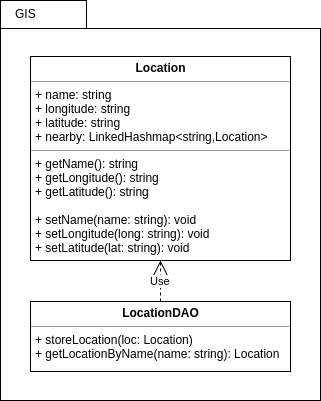
Above: images/class/GISClassDiagram.png in ClaudioMDS/yacc_team_round_2 (draw.io), before the change. Source tidied: cells renumbered, new cells last; positions are measured from the earlier drawing's top-left corner, leaving out a move shared by most shapes. Source of this version:
```xml
<mxGraphModel background="#ffffff">
  <root>
    <mxCell id="0" style="html=1;" />
    <mxCell id="1" style="html=1;" parent="0" />
    <mxCell id="2" style="shape=folder;fontStyle=1;spacingTop=10;tabWidth=86;tabHeight=28;tabPosition=left;html=1;" parent="1" vertex="1">
      <mxGeometry width="320" height="400" as="geometry" />
    </mxCell>
    <mxCell id="3" value="&lt;p style=&quot;margin: 0px ; margin-top: 4px ; text-align: center&quot;&gt;&lt;b&gt;Location&lt;/b&gt;&lt;/p&gt;&lt;hr size=&quot;1&quot;&gt;&lt;p style=&quot;margin: 0px ; margin-left: 4px&quot;&gt;+ name: string&lt;/p&gt;&lt;p style=&quot;margin: 0px ; margin-left: 4px&quot;&gt;+ longitude: string&lt;br&gt;&lt;/p&gt;&lt;p style=&quot;margin: 0px ; margin-left: 4px&quot;&gt;+ latitude: string&lt;/p&gt;&lt;p style=&quot;margin: 0px ; margin-left: 4px&quot;&gt;+ nearby: LinkedHashmap&amp;lt;string,Location&amp;gt;&lt;/p&gt;&lt;hr size=&quot;1&quot;&gt;&lt;p style=&quot;margin: 0px ; margin-left: 4px&quot;&gt;+ getName(): string&lt;/p&gt;&lt;p style=&quot;margin: 0px ; margin-left: 4px&quot;&gt;+ getLongitude(): string&lt;/p&gt;&lt;p style=&quot;margin: 0px ; margin-left: 4px&quot;&gt;+ getLatitude(): string&lt;/p&gt;&lt;p style=&quot;margin: 0px ; margin-left: 4px&quot;&gt;&lt;br&gt;&lt;/p&gt;&lt;p style=&quot;margin: 0px ; margin-left: 4px&quot;&gt;+ setName(name: string): void&lt;/p&gt;&lt;p style=&quot;margin: 0px ; margin-left: 4px&quot;&gt;+ setLongitude(long: string): void&lt;/p&gt;&lt;p style=&quot;margin: 0px ; margin-left: 4px&quot;&gt;+ setLatitude(lat: string): void&lt;/p&gt;" style="verticalAlign=top;align=left;overflow=fill;fontSize=12;fontFamily=Helvetica;html=1;" parent="1" vertex="1">
      <mxGeometry x="30" y="56" width="260" height="204" as="geometry" />
    </mxCell>
    <mxCell id="4" value="&lt;p style=&quot;margin: 0px ; margin-top: 4px ; text-align: center&quot;&gt;&lt;b&gt;LocationDAO&lt;/b&gt;&lt;/p&gt;&lt;hr size=&quot;1&quot;&gt;&lt;p style=&quot;margin: 0px ; margin-left: 4px&quot;&gt;&lt;/p&gt;&lt;p style=&quot;margin: 0px ; margin-left: 4px&quot;&gt;&lt;span&gt;+ storeLocation(loc: Location)&lt;/span&gt;&lt;/p&gt;&lt;p style=&quot;margin: 0px ; margin-left: 4px&quot;&gt;&lt;span&gt;+ getLocationByName(name: string): Location&lt;/span&gt;&lt;/p&gt;" style="verticalAlign=top;align=left;overflow=fill;fontSize=12;fontFamily=Helvetica;html=1;" parent="1" vertex="1">
      <mxGeometry x="30" y="301" width="260" height="70" as="geometry" />
    </mxCell>
    <mxCell id="5" value="Use" style="endArrow=open;endSize=12;dashed=1;html=1;exitX=0.5;exitY=0;entryX=0.5;entryY=1;" parent="1" edge="1" source="4" target="3">
      <mxGeometry relative="1" as="geometry" />
    </mxCell>
    <mxCell id="6" value="GIS" style="text;html=1;strokeColor=none;fillColor=none;align=left;verticalAlign=top;spacingLeft=4;spacingRight=4;whiteSpace=wrap;overflow=hidden;" parent="1" vertex="1">
      <mxGeometry x="9" width="100" height="39.6" as="geometry" />
    </mxCell>
  </root>
</mxGraphModel>
```
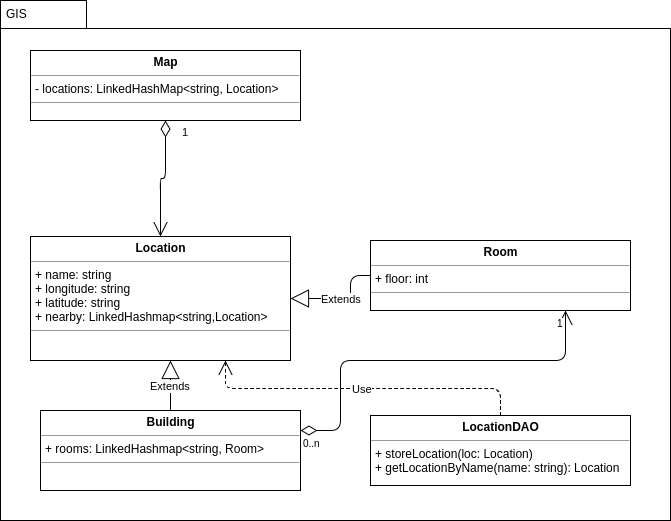
The same file after the commit.

Change to the diagram source:
```diff
@@ -3,19 +3,71 @@
     <mxCell id="0" style="html=1;" />
     <mxCell id="1" style="html=1;" parent="0" />
     <mxCell id="2" style="shape=folder;fontStyle=1;spacingTop=10;tabWidth=86;tabHeight=28;tabPosition=left;html=1;" parent="1" vertex="1">
-      <mxGeometry width="320" height="400" as="geometry" />
+      <mxGeometry y="-180" width="670" height="520" as="geometry" />
     </mxCell>
-    <mxCell id="3" value="&lt;p style=&quot;margin: 0px ; margin-top: 4px ; text-align: center&quot;&gt;&lt;b&gt;Location&lt;/b&gt;&lt;/p&gt;&lt;hr size=&quot;1&quot;&gt;&lt;p style=&quot;margin: 0px ; margin-left: 4px&quot;&gt;+ name: string&lt;/p&gt;&lt;p style=&quot;margin: 0px ; margin-left: 4px&quot;&gt;+ longitude: string&lt;br&gt;&lt;/p&gt;&lt;p style=&quot;margin: 0px ; margin-left: 4px&quot;&gt;+ latitude: string&lt;/p&gt;&lt;p style=&quot;margin: 0px ; margin-left: 4px&quot;&gt;+ nearby: LinkedHashmap&amp;lt;string,Location&amp;gt;&lt;/p&gt;&lt;hr size=&quot;1&quot;&gt;&lt;p style=&quot;margin: 0px ; margin-left: 4px&quot;&gt;+ getName(): string&lt;/p&gt;&lt;p style=&quot;margin: 0px ; margin-left: 4px&quot;&gt;+ getLongitude(): string&lt;/p&gt;&lt;p style=&quot;margin: 0px ; margin-left: 4px&quot;&gt;+ getLatitude(): string&lt;/p&gt;&lt;p style=&quot;margin: 0px ; margin-left: 4px&quot;&gt;&lt;br&gt;&lt;/p&gt;&lt;p style=&quot;margin: 0px ; margin-left: 4px&quot;&gt;+ setName(name: string): void&lt;/p&gt;&lt;p style=&quot;margin: 0px ; margin-left: 4px&quot;&gt;+ setLongitude(long: string): void&lt;/p&gt;&lt;p style=&quot;margin: 0px ; margin-left: 4px&quot;&gt;+ setLatitude(lat: string): void&lt;/p&gt;" style="verticalAlign=top;align=left;overflow=fill;fontSize=12;fontFamily=Helvetica;html=1;" parent="1" vertex="1">
-      <mxGeometry x="30" y="56" width="260" height="204" as="geometry" />
+    <mxCell id="3" value="&lt;p style=&quot;margin: 0px ; margin-top: 4px ; text-align: center&quot;&gt;&lt;b&gt;Location&lt;/b&gt;&lt;/p&gt;&lt;hr size=&quot;1&quot;&gt;&lt;p style=&quot;margin: 0px ; margin-left: 4px&quot;&gt;+ name: string&lt;/p&gt;&lt;p style=&quot;margin: 0px ; margin-left: 4px&quot;&gt;+ longitude: string&lt;br&gt;&lt;/p&gt;&lt;p style=&quot;margin: 0px ; margin-left: 4px&quot;&gt;+ latitude: string&lt;/p&gt;&lt;p style=&quot;margin: 0px ; margin-left: 4px&quot;&gt;+ nearby: LinkedHashmap&amp;lt;string,Location&amp;gt;&lt;/p&gt;&lt;hr size=&quot;1&quot;&gt;&lt;p style=&quot;margin: 0px ; margin-left: 4px&quot;&gt;&lt;br&gt;&lt;/p&gt;" style="verticalAlign=top;align=left;overflow=fill;fontSize=12;fontFamily=Helvetica;html=1;" parent="1" vertex="1">
+      <mxGeometry x="30" y="56" width="260" height="124" as="geometry" />
     </mxCell>
     <mxCell id="4" value="&lt;p style=&quot;margin: 0px ; margin-top: 4px ; text-align: center&quot;&gt;&lt;b&gt;LocationDAO&lt;/b&gt;&lt;/p&gt;&lt;hr size=&quot;1&quot;&gt;&lt;p style=&quot;margin: 0px ; margin-left: 4px&quot;&gt;&lt;/p&gt;&lt;p style=&quot;margin: 0px ; margin-left: 4px&quot;&gt;&lt;span&gt;+ storeLocation(loc: Location)&lt;/span&gt;&lt;/p&gt;&lt;p style=&quot;margin: 0px ; margin-left: 4px&quot;&gt;&lt;span&gt;+ getLocationByName(name: string): Location&lt;/span&gt;&lt;/p&gt;" style="verticalAlign=top;align=left;overflow=fill;fontSize=12;fontFamily=Helvetica;html=1;" parent="1" vertex="1">
-      <mxGeometry x="30" y="301" width="260" height="70" as="geometry" />
+      <mxGeometry x="370" y="235" width="260" height="70" as="geometry" />
     </mxCell>
+    <mxCell id="6" value="GIS" style="text;html=1;strokeColor=none;fillColor=none;align=left;verticalAlign=top;spacingLeft=4;spacingRight=4;whiteSpace=wrap;overflow=hidden;" parent="1" vertex="1">
+      <mxGeometry y="-180" width="100" height="39.6" as="geometry" />
+    </mxCell>
+    <mxCell id="7" value="&lt;p style=&quot;margin: 0px ; margin-top: 4px ; text-align: center&quot;&gt;&lt;b&gt;Building&lt;/b&gt;&lt;/p&gt;&lt;hr size=&quot;1&quot;&gt;&lt;p style=&quot;margin: 0px ; margin-left: 4px&quot;&gt;+ rooms: LinkedHashmap&amp;lt;string, Room&amp;gt;&lt;br&gt;&lt;/p&gt;&lt;hr size=&quot;1&quot;&gt;&lt;p style=&quot;margin: 0px ; margin-left: 4px&quot;&gt;&lt;br&gt;&lt;/p&gt;" style="verticalAlign=top;align=left;overflow=fill;fontSize=12;fontFamily=Helvetica;html=1;" parent="1" vertex="1">
+      <mxGeometry x="40" y="230" width="260" height="80" as="geometry" />
+    </mxCell>
+    <mxCell id="8" value="Extends" style="endArrow=block;endSize=16;endFill=0;html=1;exitX=0.5;exitY=0;" parent="1" edge="1" source="7">
+      <mxGeometry relative="1" as="geometry">
+        <mxPoint x="170" y="180" as="targetPoint" />
+      </mxGeometry>
+    </mxCell>
+    <mxCell id="9" value="&lt;p style=&quot;margin: 0px ; margin-top: 4px ; text-align: center&quot;&gt;&lt;b&gt;Room&lt;/b&gt;&lt;/p&gt;&lt;hr size=&quot;1&quot;&gt;&lt;p style=&quot;margin: 0px ; margin-left: 4px&quot;&gt;+ floor: int&lt;br&gt;&lt;/p&gt;&lt;hr size=&quot;1&quot;&gt;&lt;p style=&quot;margin: 0px ; margin-left: 4px&quot;&gt;&lt;br&gt;&lt;/p&gt;&lt;p style=&quot;margin: 0px ; margin-left: 4px&quot;&gt;&lt;br&gt;&lt;/p&gt;" style="verticalAlign=top;align=left;overflow=fill;fontSize=12;fontFamily=Helvetica;html=1;" parent="1" vertex="1">
+      <mxGeometry x="370" y="60" width="260" height="70" as="geometry" />
+    </mxCell>
-    <mxCell id="5" value="Use" style="endArrow=open;endSize=12;dashed=1;html=1;exitX=0.5;exitY=0;entryX=0.5;entryY=1;" parent="1" edge="1" source="4" target="3">
-      <mxGeometry relative="1" as="geometry" />
+    <mxCell id="5" value="Use" style="endArrow=open;endSize=12;dashed=1;html=1;exitX=0.5;exitY=0;entryX=0.75;entryY=1;" parent="1" edge="1" source="4" target="3">
+      <mxGeometry relative="1" as="geometry">
+        <Array as="points">
+          <mxPoint x="500" y="208" />
+          <mxPoint x="225" y="208" />
+          <mxPoint x="225" y="198" />
+        </Array>
+      </mxGeometry>
     </mxCell>
-    <mxCell id="6" value="GIS" style="text;html=1;strokeColor=none;fillColor=none;align=left;verticalAlign=top;spacingLeft=4;spacingRight=4;whiteSpace=wrap;overflow=hidden;" parent="1" vertex="1">
-      <mxGeometry x="9" width="100" height="39.6" as="geometry" />
-    </mxCell>
+    <mxCell id="10" style="endArrow=open;html=1;endSize=12;startArrow=diamondThin;startSize=14;startFill=0;edgeStyle=orthogonalEdgeStyle;exitX=1;exitY=0.25;entryX=0.75;entryY=1;" parent="1" edge="1" source="7" target="9">
+      <mxGeometry relative="1" as="geometry">
+        <Array as="points">
+          <mxPoint x="340" y="250" />
+          <mxPoint x="340" y="180" />
+          <mxPoint x="565" y="180" />
+        </Array>
+      </mxGeometry>
+    </mxCell>
+    <mxCell id="11" value="0..n" style="html=1;align=left;verticalAlign=top;labelBackgroundColor=#ffffff;fontSize=10;" parent="10" vertex="1">
+      <mxGeometry x="-1" relative="1" as="geometry" />
+    </mxCell>
+    <mxCell id="12" value="1" style="html=1;align=right;verticalAlign=top;labelBackgroundColor=#ffffff;fontSize=10;" parent="10" vertex="1">
+      <mxGeometry x="1" relative="1" as="geometry" />
+    </mxCell>
+    <mxCell id="13" value="Extends" style="endArrow=block;endSize=16;endFill=0;html=1;exitX=0;exitY=0.5;entryX=1;entryY=0.5;" parent="1" edge="1" source="9" target="3">
+      <mxGeometry relative="1" as="geometry">
+        <Array as="points">
+          <mxPoint x="350" y="95" />
+          <mxPoint x="350" y="118" />
+        </Array>
+      </mxGeometry>
+    </mxCell>
+    <mxCell id="14" value="&lt;p style=&quot;margin: 0px ; margin-top: 4px ; text-align: center&quot;&gt;&lt;b&gt;Map&lt;/b&gt;&lt;/p&gt;&lt;hr size=&quot;1&quot;&gt;&lt;p style=&quot;margin: 0px ; margin-left: 4px&quot;&gt;- locations: LinkedHashMap&amp;lt;string, Location&amp;gt;&lt;/p&gt;&lt;hr size=&quot;1&quot;&gt;&lt;p style=&quot;margin: 0px ; margin-left: 4px&quot;&gt;&lt;br&gt;&lt;/p&gt;" style="verticalAlign=top;align=left;overflow=fill;fontSize=12;fontFamily=Helvetica;html=1;" parent="1" vertex="1">
+      <mxGeometry x="30" y="-130" width="270" height="70" as="geometry" />
+    </mxCell>
+    <mxCell id="15" value="1" style="endArrow=open;html=1;endSize=12;startArrow=diamondThin;startSize=14;startFill=0;edgeStyle=orthogonalEdgeStyle;align=left;verticalAlign=bottom;entryX=0.5;entryY=0;" parent="1" edge="1" target="3">
+      <mxGeometry x="-0.67" y="15" relative="1" as="geometry">
+        <mxPoint x="165" y="-60" as="sourcePoint" />
+        <Array as="points">
+          <mxPoint x="165" y="-2" />
+          <mxPoint x="160" y="-2" />
+        </Array>
+      </mxGeometry>
+    </mxCell>
   </root>
 </mxGraphModel>
```
